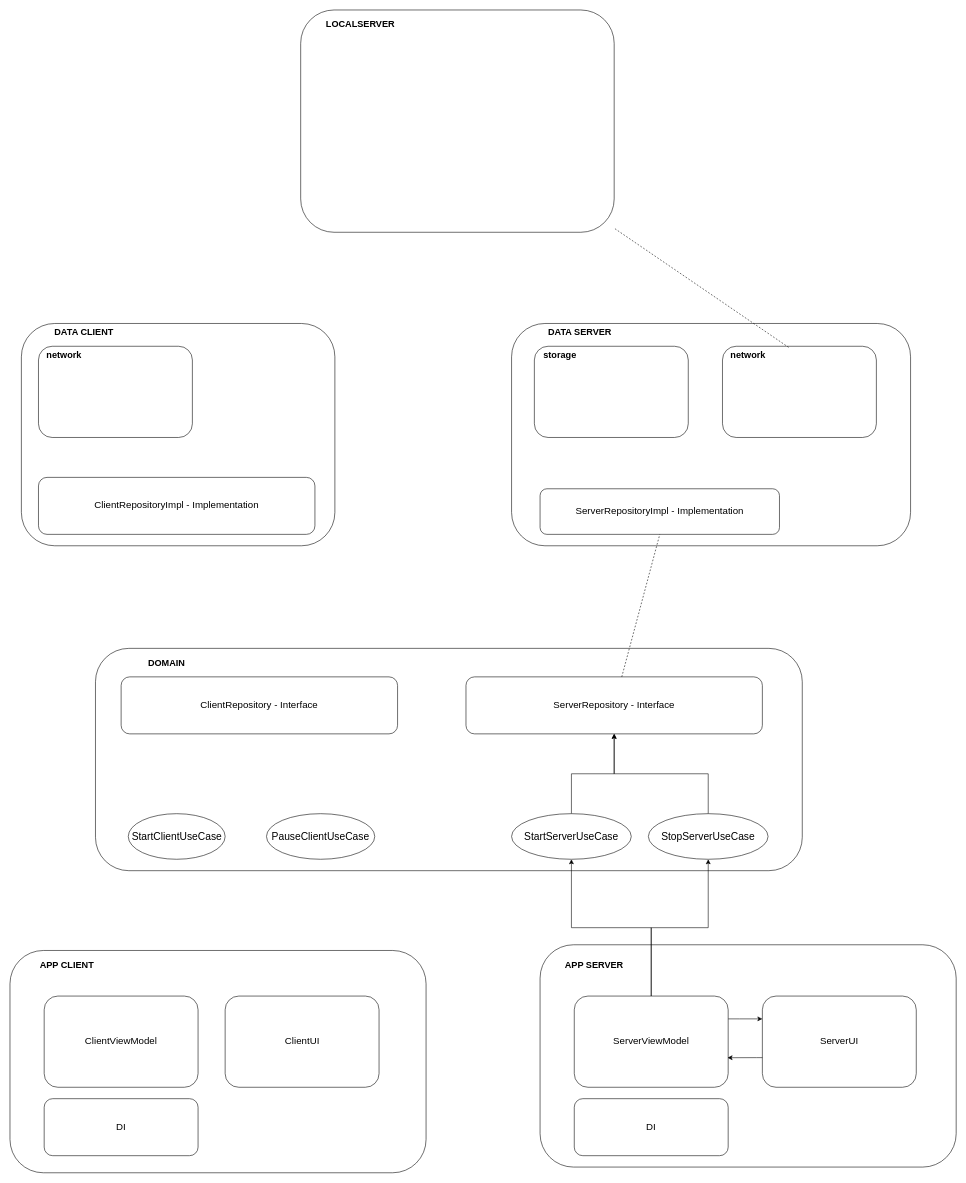
borsalinho/NTI_test keeps this draw.io diagram as architecture.drawio. Above is the earlier version. Source tidied: cells renumbered, new cells numbered last; positions are measured from the earlier drawing's top-left corner, leaving out a move shared by most shapes. Both pictures are drawn from the tidied source at 57%, with x=0, y=0 at pixel (10, 10).
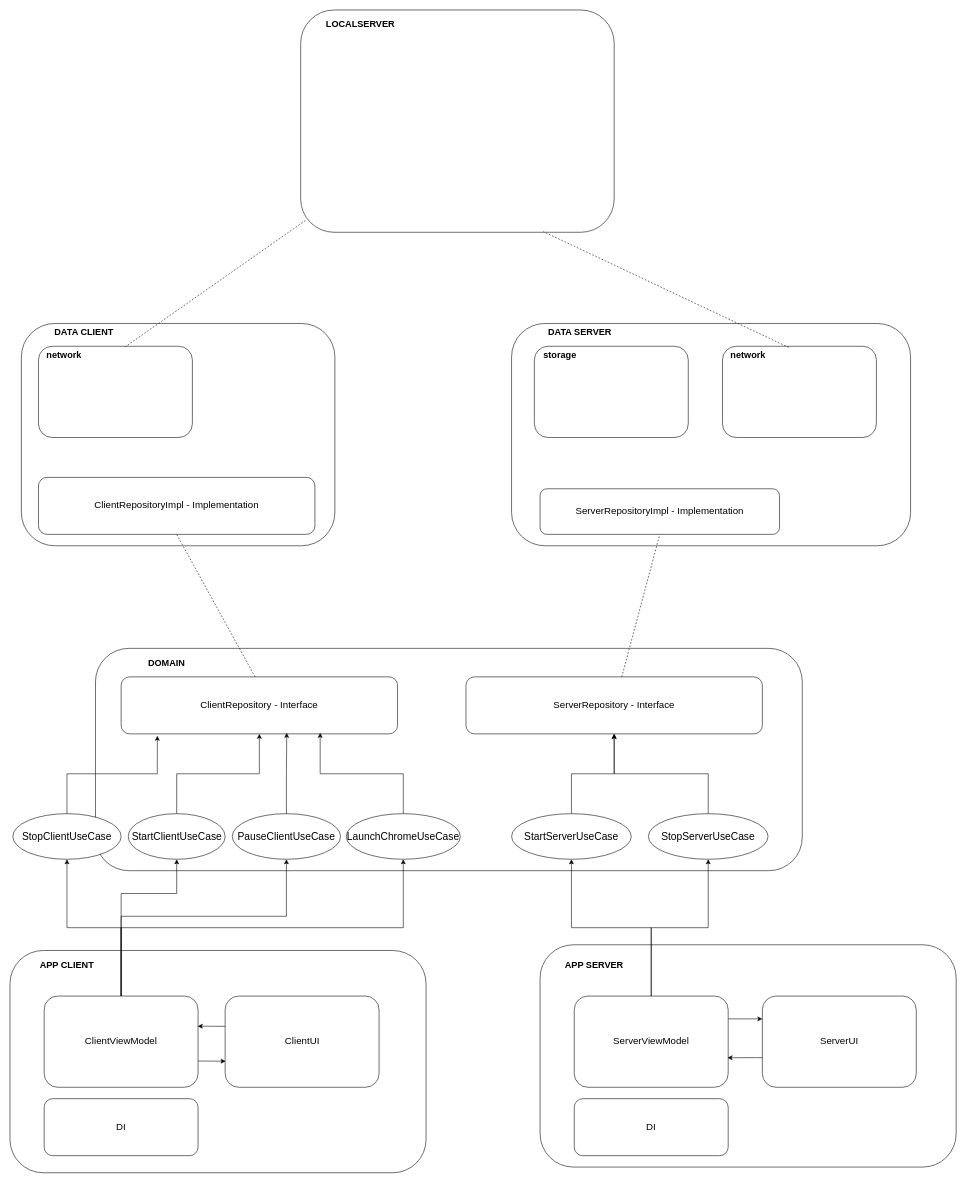
The same page after the edit.

The change refers to these unchanged cells:
```xml
<mxCell id="14" style="rounded=1;whiteSpace=wrap;html=1;" parent="1" vertex="1">
  <mxGeometry x="1250" y="590" width="270" height="160" as="geometry" />
</mxCell>
<mxCell id="16" style="rounded=1;whiteSpace=wrap;html=1;" parent="1" vertex="1">
  <mxGeometry x="50" y="590" width="270" height="160" as="geometry" />
</mxCell>
<mxCell id="18" value="&lt;font style=&quot;font-size: 17px;&quot;&gt;ClientRepository - Interface&lt;/font&gt;" style="rounded=1;whiteSpace=wrap;html=1;" parent="1" vertex="1">
  <mxGeometry x="195" y="1170" width="485" height="100" as="geometry" />
</mxCell>
<mxCell id="21" value="&lt;font style=&quot;font-size: 17px;&quot;&gt;ClientRepositoryImpl - Implementation&lt;/font&gt;" style="rounded=1;whiteSpace=wrap;html=1;" parent="1" vertex="1">
  <mxGeometry x="50" y="820" width="485" height="100" as="geometry" />
</mxCell>
<mxCell id="22" value="&lt;font style=&quot;font-size: 17px;&quot;&gt;ClientViewModel&lt;/font&gt;" style="rounded=1;whiteSpace=wrap;html=1;" parent="1" vertex="1">
  <mxGeometry x="60" y="1730" width="270" height="160" as="geometry" />
</mxCell>
<mxCell id="23" value="&lt;font style=&quot;font-size: 17px;&quot;&gt;ClientUI&lt;/font&gt;" style="rounded=1;whiteSpace=wrap;html=1;" parent="1" vertex="1">
  <mxGeometry x="377.5" y="1730" width="270" height="160" as="geometry" />
</mxCell>
<mxCell id="29" value="&lt;font style=&quot;font-size: 18px;&quot;&gt;StartClientUseCase&lt;/font&gt;" style="ellipse;whiteSpace=wrap;html=1;" parent="1" vertex="1">
  <mxGeometry x="207.5" y="1410" width="170" height="80" as="geometry" />
</mxCell>
<mxCell id="37" style="rounded=1;whiteSpace=wrap;html=1;" parent="1" vertex="1">
  <mxGeometry x="510" width="550" height="390" as="geometry" />
</mxCell>
```

The edit, as a diff of the source:
```diff
@@
+    <mxCell id="42" style="edgeStyle=orthogonalEdgeStyle;rounded=0;jettySize=auto;html=1;entryX=0.5;entryY=1;entryDx=0;entryDy=0;" parent="1" edge="1" source="22" target="29">
+      <mxGeometry relative="1" as="geometry">
+        <Array as="points">
+          <mxPoint x="195" y="1550" />
+          <mxPoint x="292" y="1550" />
+        </Array>
+      </mxGeometry>
+    </mxCell>
+    <mxCell id="43" style="edgeStyle=orthogonalEdgeStyle;rounded=0;jettySize=auto;html=1;" parent="1" edge="1" source="22" target="30">
+      <mxGeometry relative="1" as="geometry">
+        <Array as="points">
+          <mxPoint x="195" y="1590" />
+          <mxPoint x="485" y="1590" />
+        </Array>
+      </mxGeometry>
+    </mxCell>
+    <mxCell id="44" style="edgeStyle=orthogonalEdgeStyle;rounded=0;jettySize=auto;html=1;" parent="1" edge="1" source="22" target="49">
+      <mxGeometry relative="1" as="geometry">
+        <Array as="points">
+          <mxPoint x="195" y="1610" />
+          <mxPoint x="690" y="1610" />
+        </Array>
+      </mxGeometry>
+    </mxCell>
+    <mxCell id="45" style="edgeStyle=orthogonalEdgeStyle;rounded=0;jettySize=auto;html=1;" parent="1" edge="1" source="22" target="54">
+      <mxGeometry relative="1" as="geometry" />
+    </mxCell>
@@
+    <mxCell id="46" style="edgeStyle=orthogonalEdgeStyle;rounded=0;jettySize=auto;html=1;" parent="1" edge="1" source="29" target="18">
+      <mxGeometry relative="1" as="geometry" />
+    </mxCell>
@@
     <mxCell id="30" value="&lt;font style=&quot;font-size: 18px;&quot;&gt;PauseClientUseCase&lt;/font&gt;" style="ellipse;whiteSpace=wrap;html=1;" parent="1" vertex="1">
-      <mxGeometry x="450" y="1410" width="190" height="80" as="geometry" />
+      <mxGeometry x="390" y="1410" width="190" height="80" as="geometry" />
     </mxCell>
@@
-    <mxCell id="40" style="endArrow=none;dashed=1;html=1;rounded=0;exitX=0.43;exitY=0.012;exitDx=0;exitDy=0;exitPerimeter=0;" parent="1" edge="1" source="14" target="37">
+    <mxCell id="40" style="endArrow=none;dashed=1;html=1;rounded=0;exitX=0.43;exitY=0.012;exitDx=0;exitDy=0;exitPerimeter=0;entryX=0.774;entryY=0.997;entryDx=0;entryDy=0;entryPerimeter=0;" parent="1" edge="1" source="14" target="37">
       <mxGeometry relative="1" as="geometry" />
     </mxCell>
@@
+    <mxCell id="47" style="edgeStyle=orthogonalEdgeStyle;rounded=0;jettySize=auto;html=1;entryX=0.003;entryY=0.714;entryDx=0;entryDy=0;entryPerimeter=0;" parent="1" edge="1" source="22" target="23">
+      <mxGeometry relative="1" as="geometry">
+        <Array as="points">
+          <mxPoint x="340" y="1844" />
+          <mxPoint x="340" y="1844" />
+        </Array>
+      </mxGeometry>
+    </mxCell>
+    <mxCell id="48" style="edgeStyle=orthogonalEdgeStyle;rounded=0;jettySize=auto;html=1;entryX=0.998;entryY=0.33;entryDx=0;entryDy=0;entryPerimeter=0;" parent="1" edge="1" source="23" target="22">
+      <mxGeometry relative="1" as="geometry">
+        <Array as="points">
+          <mxPoint x="360" y="1783" />
+          <mxPoint x="360" y="1783" />
+        </Array>
+      </mxGeometry>
+    </mxCell>
+    <mxCell id="49" value="&lt;font style=&quot;font-size: 18px;&quot;&gt;LaunchChromeUseCase&lt;/font&gt;" style="ellipse;whiteSpace=wrap;html=1;" parent="1" vertex="1">
+      <mxGeometry x="590" y="1410" width="200" height="80" as="geometry" />
+    </mxCell>
+    <mxCell id="50" style="edgeStyle=orthogonalEdgeStyle;rounded=0;jettySize=auto;html=1;entryX=0.72;entryY=0.983;entryDx=0;entryDy=0;entryPerimeter=0;" parent="1" edge="1" source="49" target="18">
+      <mxGeometry relative="1" as="geometry" />
+    </mxCell>
+    <mxCell id="51" style="edgeStyle=orthogonalEdgeStyle;rounded=0;jettySize=auto;html=1;entryX=0.599;entryY=0.983;entryDx=0;entryDy=0;entryPerimeter=0;" parent="1" edge="1" source="30" target="18">
+      <mxGeometry relative="1" as="geometry" />
+    </mxCell>
+    <mxCell id="52" style="endArrow=none;dashed=1;html=1;rounded=0;entryX=0.5;entryY=1;entryDx=0;entryDy=0;" parent="1" edge="1" target="21">
+      <mxGeometry relative="1" as="geometry">
+        <mxPoint x="430" y="1170" as="sourcePoint" />
+      </mxGeometry>
+    </mxCell>
+    <mxCell id="53" style="endArrow=none;dashed=1;html=1;rounded=0;exitX=0.561;exitY=0.009;exitDx=0;exitDy=0;entryX=0.018;entryY=0.944;entryDx=0;entryDy=0;entryPerimeter=0;exitPerimeter=0;" parent="1" edge="1" source="16" target="37">
+      <mxGeometry relative="1" as="geometry" />
+    </mxCell>
+    <mxCell id="54" value="&lt;font style=&quot;font-size: 18px;&quot;&gt;StopClientUseCase&lt;/font&gt;" style="ellipse;whiteSpace=wrap;html=1;" parent="1" vertex="1">
+      <mxGeometry x="5" y="1410" width="190" height="80" as="geometry" />
+    </mxCell>
+    <mxCell id="55" style="edgeStyle=orthogonalEdgeStyle;rounded=0;jettySize=auto;html=1;entryX=0.131;entryY=1.033;entryDx=0;entryDy=0;entryPerimeter=0;" parent="1" edge="1" source="54" target="18">
+      <mxGeometry relative="1" as="geometry" />
+    </mxCell>
```
